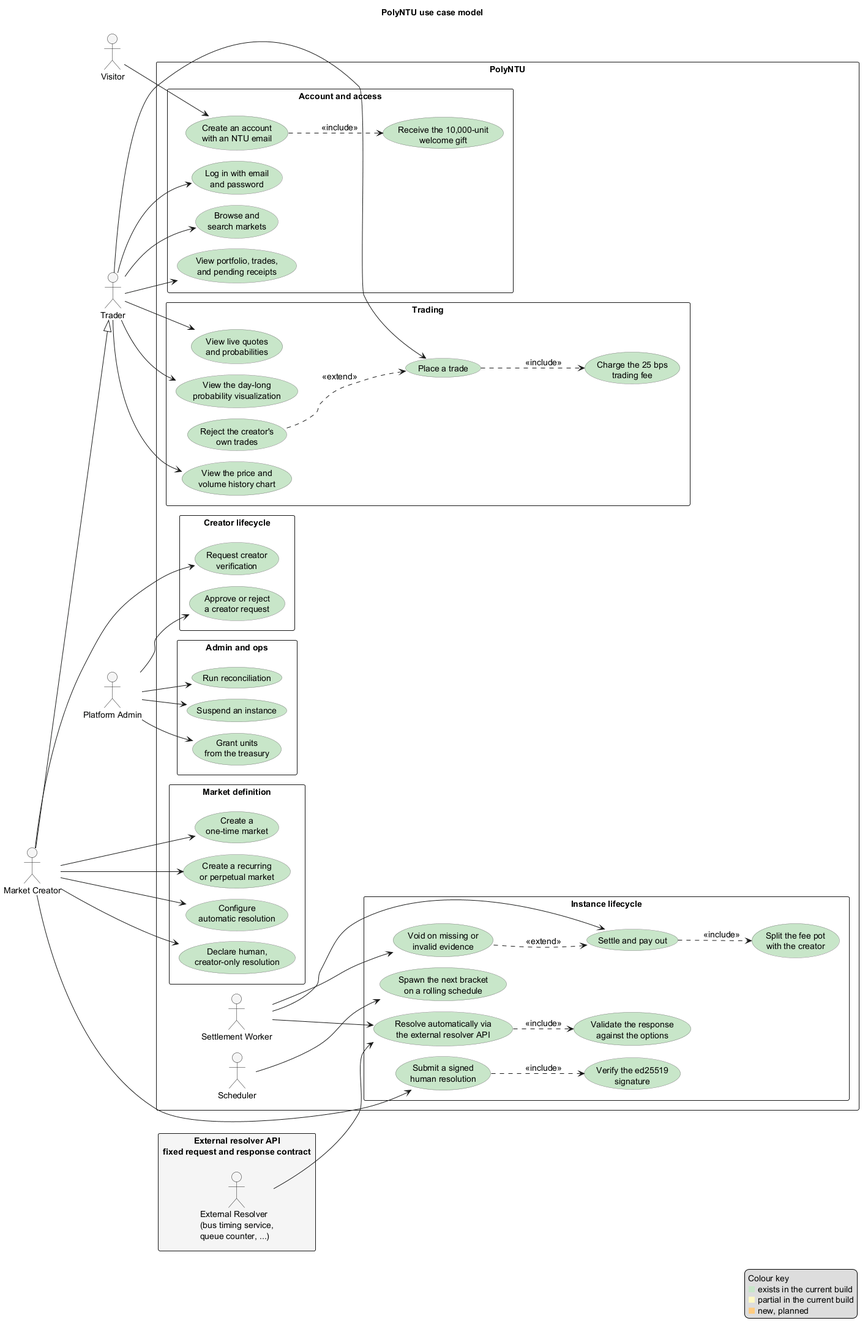
Earlier version of the PlantUML export docs/diagrams/use-case.png (sagar2377/PolyNTU).
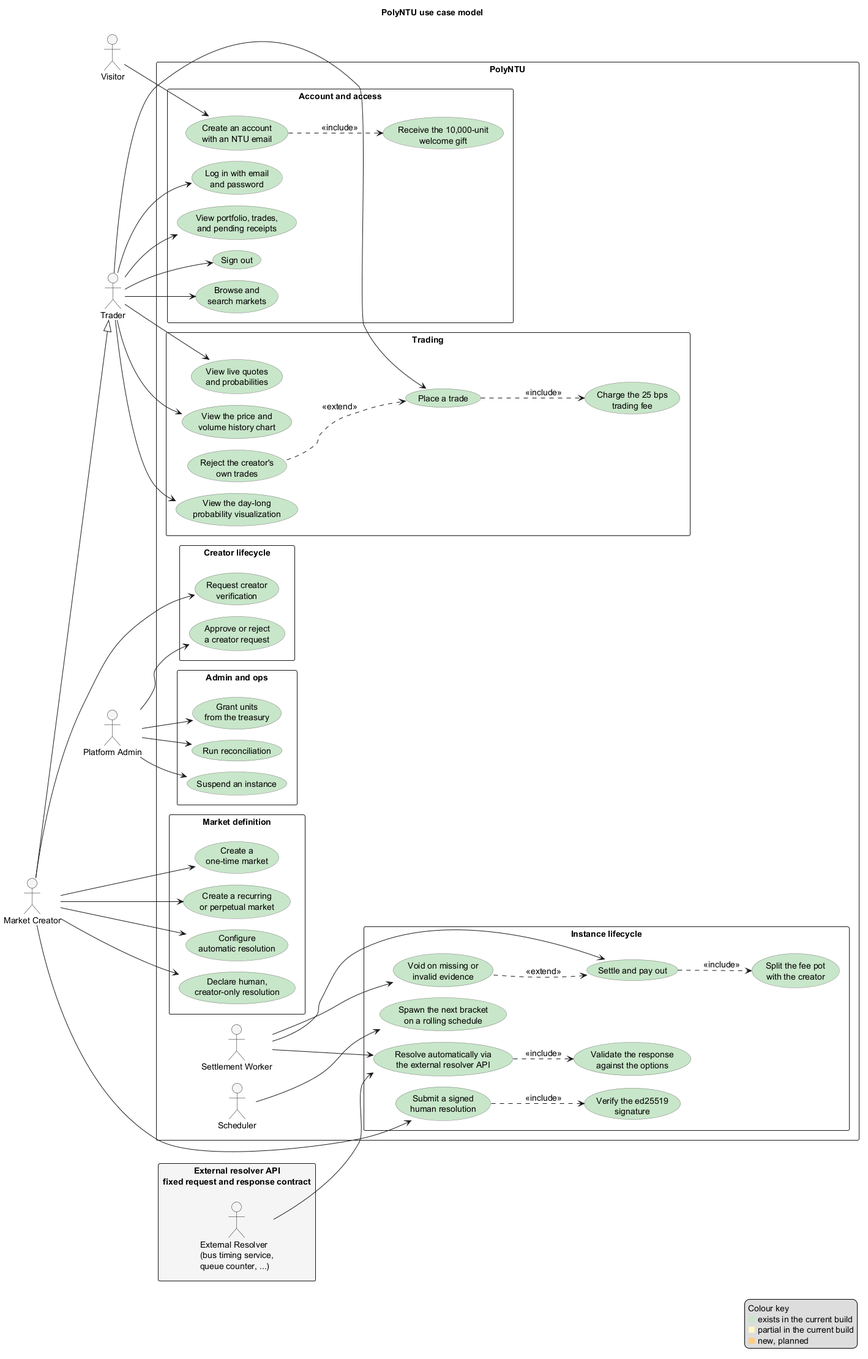
After the change.

What changed in the source:
```diff
@@ -22,6 +22,7 @@
   package "Account and access" {
     usecase "Create an account\nwith an NTU email" as UC1 #C8E6C9
     usecase "Log in with email\nand password" as UC2 #C8E6C9
+    usecase "Sign out" as UC25 #C8E6C9
     usecase "Receive the 10,000-unit\nwelcome gift" as UC3 #C8E6C9
     usecase "View portfolio, trades,\nand pending receipts" as UC4 #C8E6C9
     usecase "Browse and\nsearch markets" as UC5 #C8E6C9
@@ -72,6 +73,7 @@
 
 Visitor --> UC1
 Trader --> UC2
+Trader --> UC25
 Trader --> UC4
 Trader --> UC5
 Trader --> UC18
```
